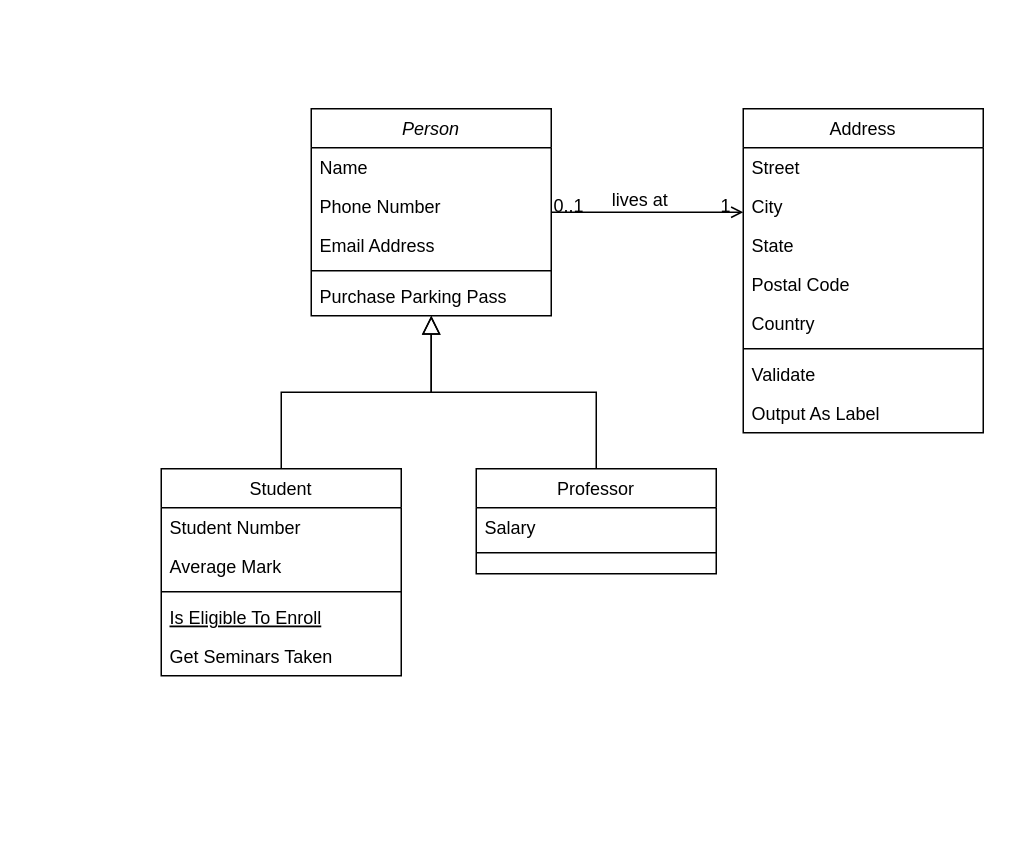
Above: Untitled Diagram.drawio in lucascamposm/cpd (draw.io), before the change. Source tidied: cells renumbered, new cells numbered last; positions are measured from the earlier drawing's top-left corner, leaving out a move shared by most shapes. Both pictures are drawn from the tidied source at 150%, with x=0, y=0 at pixel (160, 108).
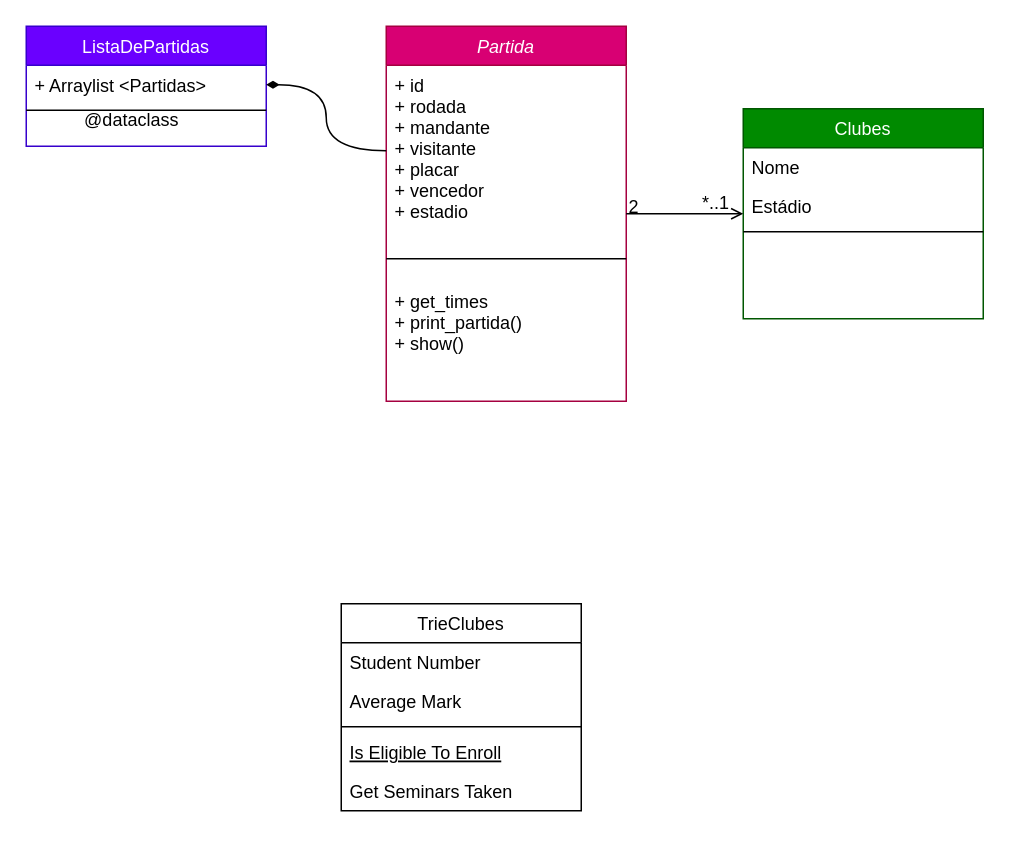
The same page after the edit.

The change refers to these unchanged cells:
```xml
<mxCell id="28" style="endArrow=open;shadow=0;strokeWidth=1;rounded=0;endFill=1;edgeStyle=elbowEdgeStyle;elbow=vertical;" parent="1" edge="1" source="2" target="19">
  <mxGeometry x="0.5" y="41" relative="1" as="geometry">
    <mxPoint x="-40" y="32" as="offset" />
  </mxGeometry>
</mxCell>
```

Diff of the diagram source:
```diff
@@
-    <mxCell id="2" value="Person" style="swimlane;fontStyle=2;align=center;verticalAlign=top;horizontal=1;startSize=26;rounded=0;shadow=0;strokeWidth=1;" parent="1" vertex="1">
-      <mxGeometry x="100" width="160" height="138" as="geometry" />
+    <mxCell id="2" value="Partida" style="swimlane;fontStyle=2;align=center;verticalAlign=top;horizontal=1;startSize=26;rounded=0;shadow=0;strokeWidth=1;fillColor=#d80073;fontColor=#ffffff;strokeColor=#A50040;" parent="1" vertex="1">
+      <mxGeometry x="150" y="-55" width="160" height="250" as="geometry" />
     </mxCell>
-    <mxCell id="3" value="Name" style="text;align=left;verticalAlign=top;spacingLeft=4;spacingRight=4;overflow=hidden;" parent="2" vertex="1">
-      <mxGeometry y="26" width="160" height="26" as="geometry" />
-    </mxCell>
-    <mxCell id="4" value="Phone Number" style="text;align=left;verticalAlign=top;spacingLeft=4;spacingRight=4;overflow=hidden;points=[[0,0.5],[1,0.5]];portConstraint=eastwest;rounded=0;shadow=0;html=0;" parent="2" vertex="1">
-      <mxGeometry y="52" width="160" height="26" as="geometry" />
+    <mxCell id="4" value="+ id&#10;+ rodada&#10;+ mandante&#10;+ visitante&#10;+ placar&#10;+ vencedor&#10;+ estadio&#10;" style="text;align=left;verticalAlign=top;spacingLeft=4;spacingRight=4;overflow=hidden;points=[[0,0.5],[1,0.5]];portConstraint=eastwest;rounded=0;shadow=0;html=0;" parent="2" vertex="1">
+      <mxGeometry y="26" width="160" height="114" as="geometry" />
     </mxCell>
-    <mxCell id="5" value="Email Address" style="text;align=left;verticalAlign=top;spacingLeft=4;spacingRight=4;overflow=hidden;rounded=0;shadow=0;html=0;" parent="2" vertex="1">
-      <mxGeometry y="78" width="160" height="26" as="geometry" />
-    </mxCell>
     <mxCell id="6" style="line;html=1;strokeWidth=1;align=left;verticalAlign=middle;spacingTop=-1;spacingLeft=3;spacingRight=3;labelPosition=right;" parent="2" vertex="1">
-      <mxGeometry y="104" width="160" height="8" as="geometry" />
+      <mxGeometry y="140" width="160" height="30" as="geometry" />
     </mxCell>
-    <mxCell id="7" value="Purchase Parking Pass" style="text;align=left;verticalAlign=top;spacingLeft=4;spacingRight=4;overflow=hidden;" parent="2" vertex="1">
-      <mxGeometry y="112" width="160" height="26" as="geometry" />
+    <mxCell id="7" value="+ get_times&#10;+ print_partida()&#10;+ show()&#10;&#10;" style="text;align=left;verticalAlign=top;spacingLeft=4;spacingRight=4;overflow=hidden;" parent="2" vertex="1">
+      <mxGeometry y="170" width="160" height="68" as="geometry" />
     </mxCell>
-    <mxCell id="8" value="Student" style="swimlane;fontStyle=0;align=center;verticalAlign=top;horizontal=1;startSize=26;rounded=0;shadow=0;strokeWidth=1;" parent="1" vertex="1">
-      <mxGeometry y="240" width="160" height="138" as="geometry" />
+    <mxCell id="8" value="TrieClubes&#10;" style="swimlane;fontStyle=0;align=center;verticalAlign=top;horizontal=1;startSize=26;rounded=0;shadow=0;strokeWidth=1;" parent="1" vertex="1">
+      <mxGeometry x="120" y="330" width="160" height="138" as="geometry" />
     </mxCell>
@@
-    <mxCell id="14" style="endArrow=block;endSize=10;endFill=0;shadow=0;strokeWidth=1;rounded=0;edgeStyle=elbowEdgeStyle;elbow=vertical;" parent="1" edge="1" source="8" target="2">
-      <mxGeometry relative="1" as="geometry" />
-    </mxCell>
-    <mxCell id="15" value="Professor" style="swimlane;fontStyle=0;align=center;verticalAlign=top;horizontal=1;startSize=26;rounded=0;shadow=0;strokeWidth=1;" parent="1" vertex="1">
-      <mxGeometry x="210" y="240" width="160" height="70" as="geometry" />
-    </mxCell>
-    <mxCell id="16" value="Salary" style="text;align=left;verticalAlign=top;spacingLeft=4;spacingRight=4;overflow=hidden;" parent="15" vertex="1">
-      <mxGeometry y="26" width="160" height="26" as="geometry" />
-    </mxCell>
-    <mxCell id="17" style="line;html=1;strokeWidth=1;align=left;verticalAlign=middle;spacingTop=-1;spacingLeft=3;spacingRight=3;labelPosition=right;" parent="15" vertex="1">
-      <mxGeometry y="52" width="160" height="8" as="geometry" />
-    </mxCell>
-    <mxCell id="18" style="endArrow=block;endSize=10;endFill=0;shadow=0;strokeWidth=1;rounded=0;edgeStyle=elbowEdgeStyle;elbow=vertical;" parent="1" edge="1" source="15" target="2">
-      <mxGeometry relative="1" as="geometry" />
-    </mxCell>
-    <mxCell id="19" value="Address" style="swimlane;fontStyle=0;align=center;verticalAlign=top;horizontal=1;startSize=26;rounded=0;shadow=0;strokeWidth=1;" parent="1" vertex="1">
-      <mxGeometry x="388" width="160" height="216" as="geometry" />
+    <mxCell id="19" value="Clubes" style="swimlane;fontStyle=0;align=center;verticalAlign=top;horizontal=1;startSize=26;rounded=0;shadow=0;strokeWidth=1;fillColor=#008a00;fontColor=#ffffff;strokeColor=#005700;" parent="1" vertex="1">
+      <mxGeometry x="388" width="160" height="140" as="geometry" />
     </mxCell>
-    <mxCell id="20" value="Street" style="text;align=left;verticalAlign=top;spacingLeft=4;spacingRight=4;overflow=hidden;" parent="19" vertex="1">
+    <mxCell id="20" value="Nome    " style="text;align=left;verticalAlign=top;spacingLeft=4;spacingRight=4;overflow=hidden;" parent="19" vertex="1">
       <mxGeometry y="26" width="160" height="26" as="geometry" />
     </mxCell>
-    <mxCell id="21" value="City" style="text;align=left;verticalAlign=top;spacingLeft=4;spacingRight=4;overflow=hidden;rounded=0;shadow=0;html=0;" parent="19" vertex="1">
+    <mxCell id="21" value="Estádio" style="text;align=left;verticalAlign=top;spacingLeft=4;spacingRight=4;overflow=hidden;rounded=0;shadow=0;html=0;" parent="19" vertex="1">
       <mxGeometry y="52" width="160" height="26" as="geometry" />
     </mxCell>
-    <mxCell id="22" value="State" style="text;align=left;verticalAlign=top;spacingLeft=4;spacingRight=4;overflow=hidden;rounded=0;shadow=0;html=0;" parent="19" vertex="1">
-      <mxGeometry y="78" width="160" height="26" as="geometry" />
-    </mxCell>
-    <mxCell id="23" value="Postal Code" style="text;align=left;verticalAlign=top;spacingLeft=4;spacingRight=4;overflow=hidden;rounded=0;shadow=0;html=0;" parent="19" vertex="1">
-      <mxGeometry y="104" width="160" height="26" as="geometry" />
-    </mxCell>
-    <mxCell id="24" value="Country" style="text;align=left;verticalAlign=top;spacingLeft=4;spacingRight=4;overflow=hidden;rounded=0;shadow=0;html=0;" parent="19" vertex="1">
-      <mxGeometry y="130" width="160" height="26" as="geometry" />
-    </mxCell>
     <mxCell id="25" style="line;html=1;strokeWidth=1;align=left;verticalAlign=middle;spacingTop=-1;spacingLeft=3;spacingRight=3;labelPosition=right;" parent="19" vertex="1">
-      <mxGeometry y="156" width="160" height="8" as="geometry" />
+      <mxGeometry y="78" width="160" height="8" as="geometry" />
     </mxCell>
-    <mxCell id="26" value="Validate" style="text;align=left;verticalAlign=top;spacingLeft=4;spacingRight=4;overflow=hidden;" parent="19" vertex="1">
-      <mxGeometry y="164" width="160" height="26" as="geometry" />
-    </mxCell>
-    <mxCell id="27" value="Output As Label" style="text;align=left;verticalAlign=top;spacingLeft=4;spacingRight=4;overflow=hidden;" parent="19" vertex="1">
-      <mxGeometry y="190" width="160" height="26" as="geometry" />
-    </mxCell>
@@
-    <mxCell id="29" value="0..1" style="align=left;verticalAlign=bottom;labelBackgroundColor=none;fontSize=12;" parent="28" vertex="1">
+    <mxCell id="29" value="2" style="align=left;verticalAlign=bottom;labelBackgroundColor=none;fontSize=12;" parent="28" vertex="1">
       <mxGeometry x="-1" relative="1" as="geometry">
         <mxPoint y="4" as="offset" />
       </mxGeometry>
     </mxCell>
-    <mxCell id="30" value="1" style="align=right;verticalAlign=bottom;labelBackgroundColor=none;fontSize=12;" parent="28" vertex="1">
+    <mxCell id="30" value="*..1" style="align=right;verticalAlign=bottom;labelBackgroundColor=none;fontSize=12;" parent="28" vertex="1">
       <mxGeometry x="1" relative="1" as="geometry">
-        <mxPoint x="-7" y="4" as="offset" />
+        <mxPoint x="-8" y="1" as="offset" />
       </mxGeometry>
     </mxCell>
-    <mxCell id="31" value="lives at" style="text;html=1;align=center;verticalAlign=middle;labelBackgroundColor=none;rounded=0;shadow=0;strokeWidth=1;fontSize=12;" parent="28" vertex="1">
-      <mxGeometry x="0.5" y="49" relative="1" as="geometry">
-        <mxPoint x="-38" y="40" as="offset" />
-      </mxGeometry>
-    </mxCell>
+    <mxCell id="32" value="ListaDePartidas&#10;" style="swimlane;fontStyle=0;align=center;verticalAlign=top;horizontal=1;startSize=26;rounded=0;shadow=0;strokeWidth=1;fillColor=#6a00ff;fontColor=#ffffff;strokeColor=#3700CC;" parent="1" vertex="1">
+      <mxGeometry x="-90" y="-55" width="160" height="80" as="geometry" />
+    </mxCell>
+    <mxCell id="33" value="+ Arraylist &lt;Partidas&gt;" style="text;align=left;verticalAlign=top;spacingLeft=4;spacingRight=4;overflow=hidden;points=[[0,0.5],[1,0.5]];portConstraint=eastwest;" parent="32" vertex="1">
+      <mxGeometry y="26" width="160" height="26" as="geometry" />
+    </mxCell>
+    <mxCell id="17" style="line;html=1;strokeWidth=1;align=left;verticalAlign=middle;spacingTop=-1;spacingLeft=3;spacingRight=3;labelPosition=right;" parent="32" vertex="1">
+      <mxGeometry y="52" width="160" height="8" as="geometry" />
+    </mxCell>
+    <mxCell id="34" style="edgeStyle=orthogonalEdgeStyle;jettySize=auto;html=1;exitX=0;exitY=0.5;exitDx=0;exitDy=0;curved=1;endArrow=diamondThin;endFill=1;entryX=1;entryY=0.5;entryDx=0;entryDy=0;" parent="1" edge="1" source="4" target="33">
+      <mxGeometry relative="1" as="geometry" />
+    </mxCell>
+    <mxCell id="35" value="&lt;div&gt;@dataclass&lt;/div&gt;" style="text;html=1;align=center;verticalAlign=middle;strokeColor=none;fillColor=none;" parent="1" vertex="1">
+      <mxGeometry x="-65" y="-7" width="90" height="30" as="geometry" />
+    </mxCell>
```
